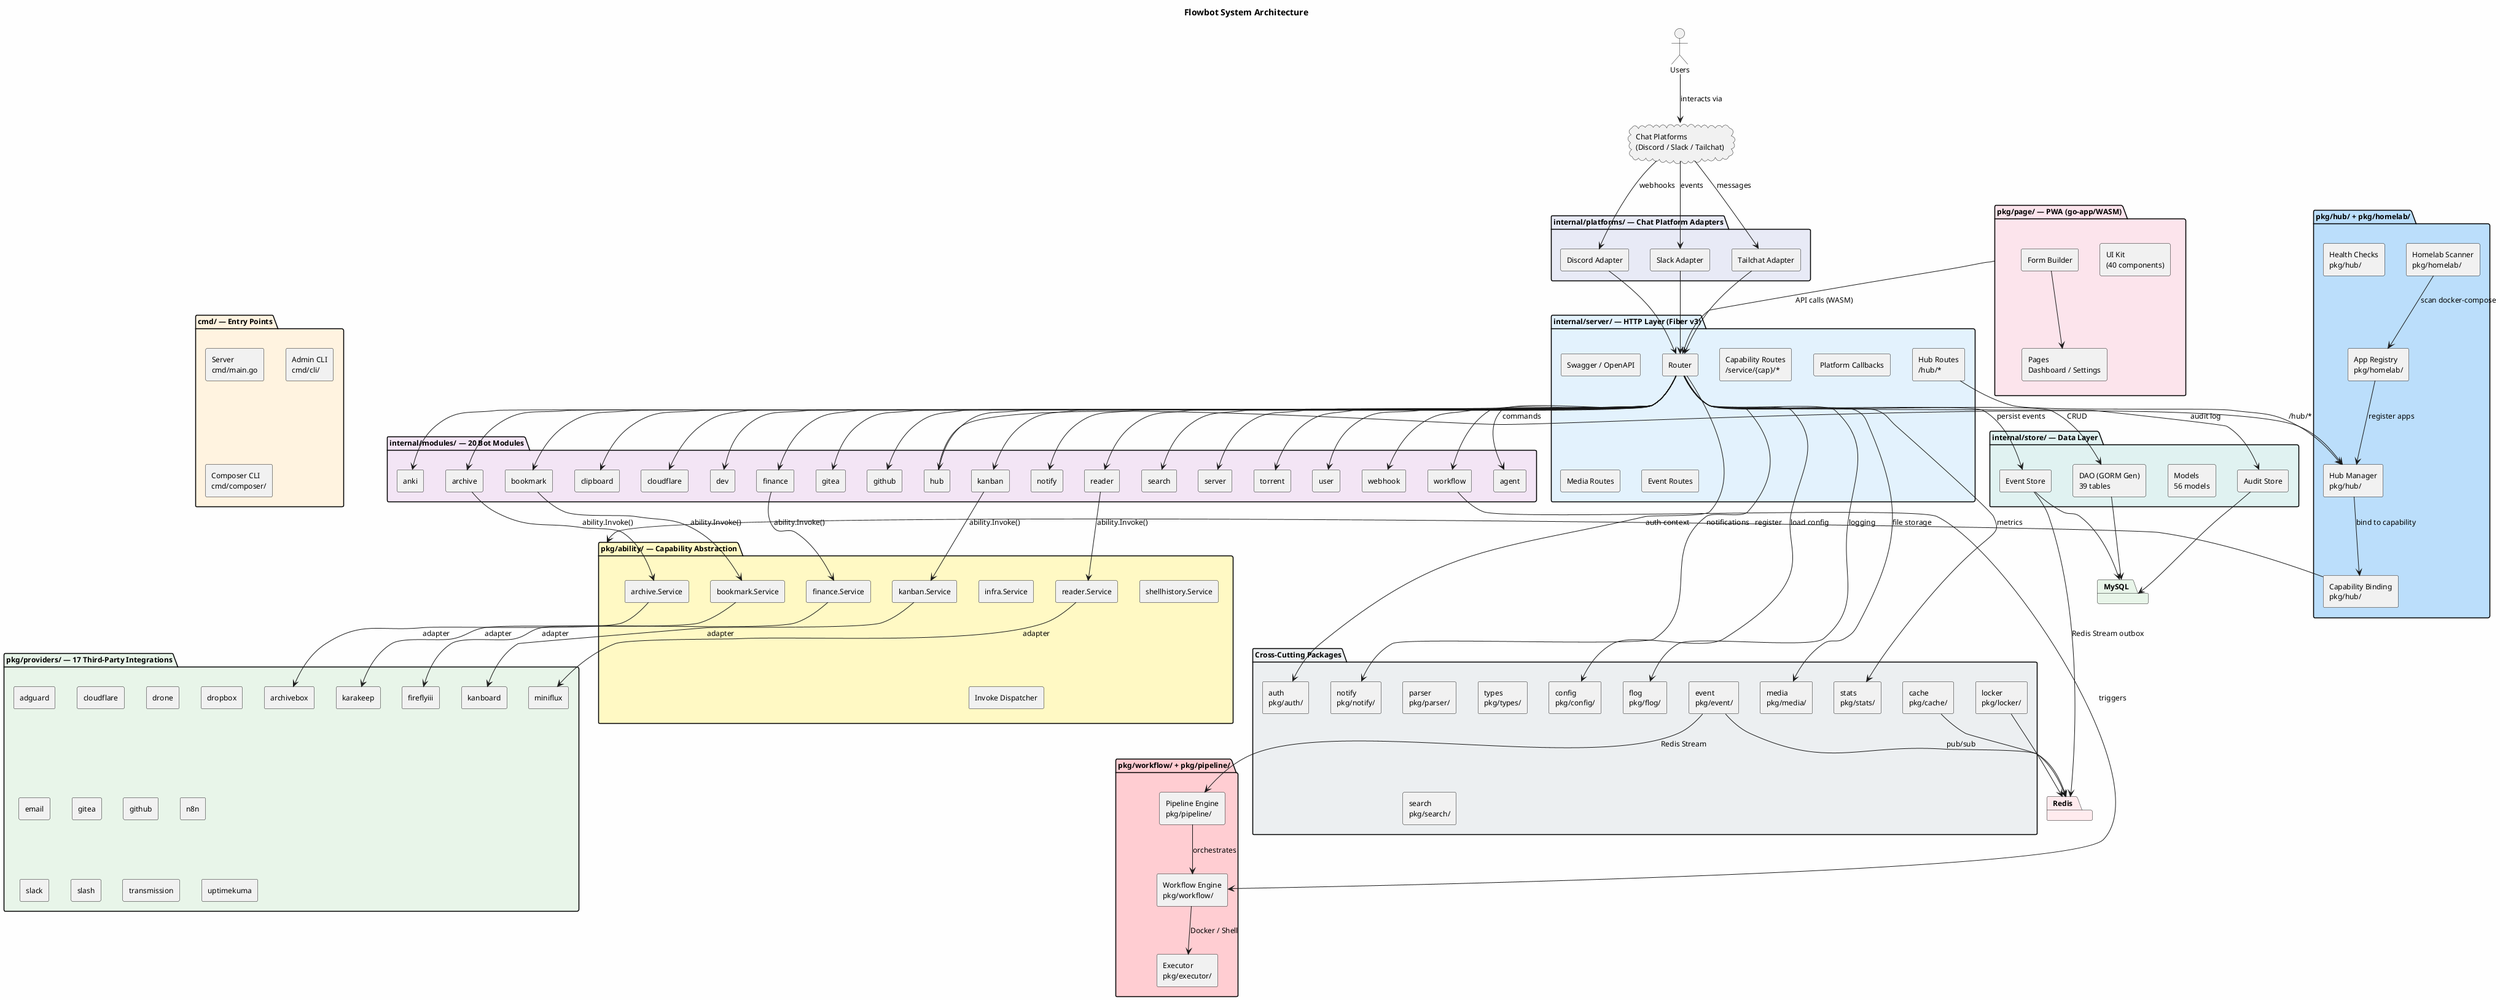
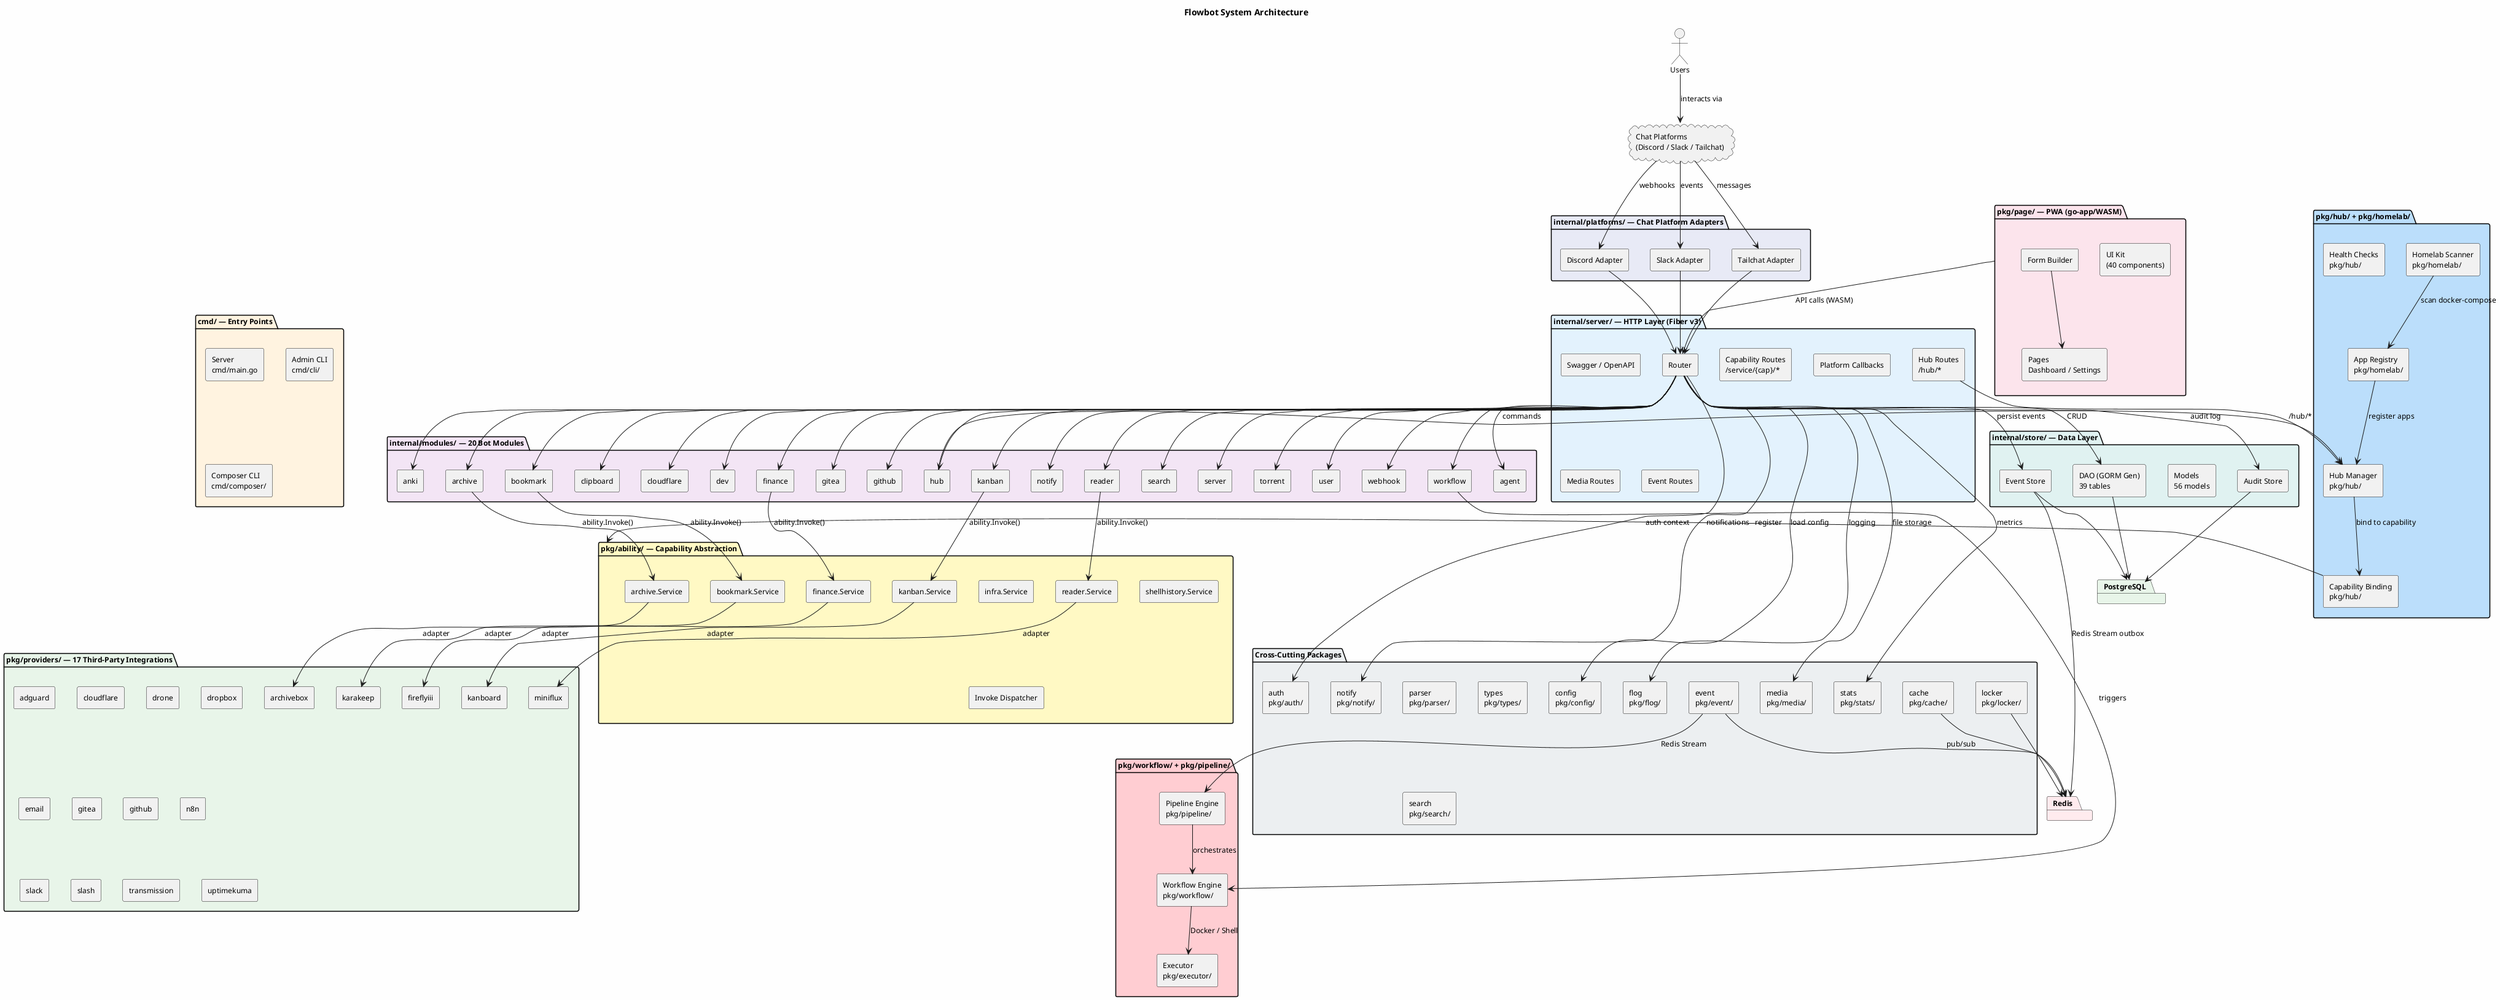
@startuml Flowbot Architecture
' =============================================================================
' Flowbot System Architecture — Component Diagram
' =============================================================================

skinparam componentStyle rectangle
skinparam backgroundColor #FEFEFE
skinparam defaultFontSize 12

title Flowbot System Architecture

' =============================================================================
' External
' =============================================================================
actor "Users" as Users
cloud "Chat Platforms\n(Discord / Slack / Tailchat)" as ChatCloud

- package "MySQL" as MySQL #E8F5E9
+ package "PostgreSQL" as PostgreSQL #E8F5E9
package "Redis" as Redis #FFEBEE

' =============================================================================
' Entry Points
' =============================================================================
package "cmd/ — Entry Points" as EntryPoints #FFF3E0 {
  [Server\ncmd/main.go] as ServerEntry
  [Admin CLI\ncmd/cli/] as AdminCLI
  [Composer CLI\ncmd/composer/] as ComposerCLI
}

' =============================================================================
' Server Layer
' =============================================================================
package "internal/server/ — HTTP Layer (Fiber v3)" as ServerLayer #E3F2FD {
  [Router] as Router
  [Capability Routes\n/service/{cap}/*] as CapRoutes
  [Hub Routes\n/hub/*] as HubRoutes
  [Platform Callbacks] as PlatformRoutes
  [Swagger / OpenAPI] as Swagger
  [Media Routes] as MediaRoutes
  [Event Routes] as EventRoutes
}

' =============================================================================
' Platform Layer
' =============================================================================
package "internal/platforms/ — Chat Platform Adapters" as PlatformLayer #E8EAF6 {
  [Discord Adapter] as Discord
  [Slack Adapter] as SlackAdapter
  [Tailchat Adapter] as TailchatAdapter
}

' =============================================================================
' Bot Modules
' =============================================================================
package "internal/modules/ — 20 Bot Modules" as BotModules #F3E5F5 {
  [agent] as AgentMod
  [anki] as AnkiMod
  [archive] as ArchiveMod
  [bookmark] as BookmarkMod
  [clipboard] as ClipboardMod
  [cloudflare] as CloudflareMod
  [dev] as DevMod
  [finance] as FinanceMod
  [gitea] as GiteaMod
  [github] as GitHubMod
  [hub] as HubMod
  [kanban] as KanbanMod
  [notify] as NotifyMod
  [reader] as ReaderMod
  [search] as SearchMod
  [server] as ServerMod
  [torrent] as TorrentMod
  [user] as UserMod
  [webhook] as WebhookMod
  [workflow] as WorkflowMod
}

' =============================================================================
' Capability / Ability Layer
' =============================================================================
package "pkg/ability/ — Capability Abstraction" as AbilityLayer #FFF9C4 {
  [bookmark.Service] as BookmarkAbility
  [archive.Service] as ArchiveAbility
  [reader.Service] as ReaderAbility
  [kanban.Service] as KanbanAbility
  [finance.Service] as FinanceAbility
  [infra.Service] as InfraAbility
  [shellhistory.Service] as ShellAbility
  [Invoke Dispatcher] as Invoke
}

' =============================================================================
' Provider Layer
' =============================================================================
package "pkg/providers/ — 17 Third-Party Integrations" as ProviderLayer #E8F5E9 {
  [adguard] as AdGuardP
  [archivebox] as ArchiveBox
  [cloudflare] as CloudflareP
  [drone] as DroneCI
  [dropbox] as Dropbox
  [email] as Email
  [fireflyiii] as FireflyIII
  [gitea] as GiteaP
  [github] as GitHubP
  [kanboard] as Kanboard
  [karakeep] as Karakeep
  [miniflux] as Miniflux
  [n8n] as N8N
  [slack] as SlackP
  [slash] as Slash
  [transmission] as Transmission
  [uptimekuma] as UptimeKuma
}

' =============================================================================
' Workflow / Pipeline
' =============================================================================
package "pkg/workflow/ + pkg/pipeline/" as WorkflowPipeline #FFCDD2 {
  [Workflow Engine\npkg/workflow/] as WorkflowEngine
  [Pipeline Engine\npkg/pipeline/] as PipelineEngine
  [Executor\npkg/executor/] as Executor
}

' =============================================================================
' Hub / Homelab
' =============================================================================
package "pkg/hub/ + pkg/homelab/" as HubHomelab #BBDEFB {
  [Homelab Scanner\npkg/homelab/] as HomelabScanner
  [App Registry\npkg/homelab/] as AppRegistry
  [Hub Manager\npkg/hub/] as HubManager
  [Health Checks\npkg/hub/] as HealthChecks
  [Capability Binding\npkg/hub/] as CapBinding
}

' =============================================================================
' Cross-Cutting
' =============================================================================
package "Cross-Cutting Packages" as CrossCutting #ECEFF1 {
  [auth\npkg/auth/] as Auth
  [notify\npkg/notify/] as Notify
  [event\npkg/event/] as Event
  [parser\npkg/parser/] as Parser
  [config\npkg/config/] as Config
  [flog\npkg/flog/] as Flog
  [types\npkg/types/] as Types
  [cache\npkg/cache/] as Cache
  [locker\npkg/locker/] as Locker
  [media\npkg/media/] as Media
  [search\npkg/search/] as Search
  [stats\npkg/stats/] as Stats
}

' =============================================================================
' Frontend
' =============================================================================
package "pkg/page/ — PWA (go-app/WASM)" as Frontend #FCE4EC {
  [UI Kit\n(40 components)] as UIKit
  [Pages\nDashboard / Settings] as Pages
  [Form Builder] as FormBuilder
}

' =============================================================================
' Storage
' =============================================================================
package "internal/store/ — Data Layer" as StoreLayer #E0F2F1 {
  [DAO (GORM Gen)\n39 tables] as DAO
  [Models\n56 models] as Models
  [Event Store] as EventStore
  [Audit Store] as AuditStore
}

' =============================================================================
' Connections — User → Platform → Server
' =============================================================================
Users --> ChatCloud : interacts via
ChatCloud --> Discord : webhooks
ChatCloud --> SlackAdapter : events
ChatCloud --> TailchatAdapter : messages
Discord --> Router
SlackAdapter --> Router
TailchatAdapter --> Router

' =============================================================================
' Connections — Server → Modules
' =============================================================================
Router --> AgentMod
Router --> AnkiMod
Router --> ArchiveMod
Router --> BookmarkMod
Router --> ClipboardMod
Router --> CloudflareMod
Router --> DevMod
Router --> FinanceMod
Router --> GiteaMod
Router --> GitHubMod
Router --> HubMod
Router --> KanbanMod
Router --> NotifyMod
Router --> ReaderMod
Router --> SearchMod
Router --> ServerMod
Router --> TorrentMod
Router --> UserMod
Router --> WebhookMod
Router --> WorkflowMod

' =============================================================================
' Connections — Module → Ability → Provider
' =============================================================================
BookmarkMod --> BookmarkAbility : ability.Invoke()
ArchiveMod --> ArchiveAbility : ability.Invoke()
ReaderMod --> ReaderAbility : ability.Invoke()
KanbanMod --> KanbanAbility : ability.Invoke()
FinanceMod --> FinanceAbility : ability.Invoke()

BookmarkAbility --> Karakeep : adapter
ArchiveAbility --> ArchiveBox : adapter
ReaderAbility --> Miniflux : adapter
KanbanAbility --> Kanboard : adapter
FinanceAbility --> FireflyIII : adapter

' =============================================================================
' Connections — Workflow / Pipeline
' =============================================================================
WorkflowMod --> WorkflowEngine : triggers
WorkflowEngine --> Executor : Docker / Shell
PipelineEngine --> WorkflowEngine : orchestrates
Event --> PipelineEngine : Redis Stream

' =============================================================================
' Connections — Hub / Homelab
' =============================================================================
HomelabScanner --> AppRegistry : scan docker-compose
AppRegistry --> HubManager : register apps
HubManager --> CapBinding : bind to capability
CapBinding --> AbilityLayer : register
HubMod --> HubManager : commands
HubRoutes --> HubManager : /hub/*

' =============================================================================
' Connections — Storage
' =============================================================================
Router --> DAO : CRUD
Router --> EventStore : persist events
Router --> AuditStore : audit log
- EventStore --> MySQL
+ EventStore --> PostgreSQL
EventStore --> Redis : Redis Stream outbox
- DAO --> MySQL
- AuditStore --> MySQL
+ DAO --> PostgreSQL
+ AuditStore --> PostgreSQL
Event --> Redis : pub/sub
Cache --> Redis
Locker --> Redis

' =============================================================================
' Cross-cutting
' =============================================================================
Router --> Auth : auth context
Router --> Notify : notifications
Router --> Config : load config
Router --> Flog : logging
Router --> Stats : metrics
Router --> Media : file storage

' =============================================================================
' Frontend
' =============================================================================
Frontend --> Router : API calls (WASM)
FormBuilder --> Pages

@enduml
